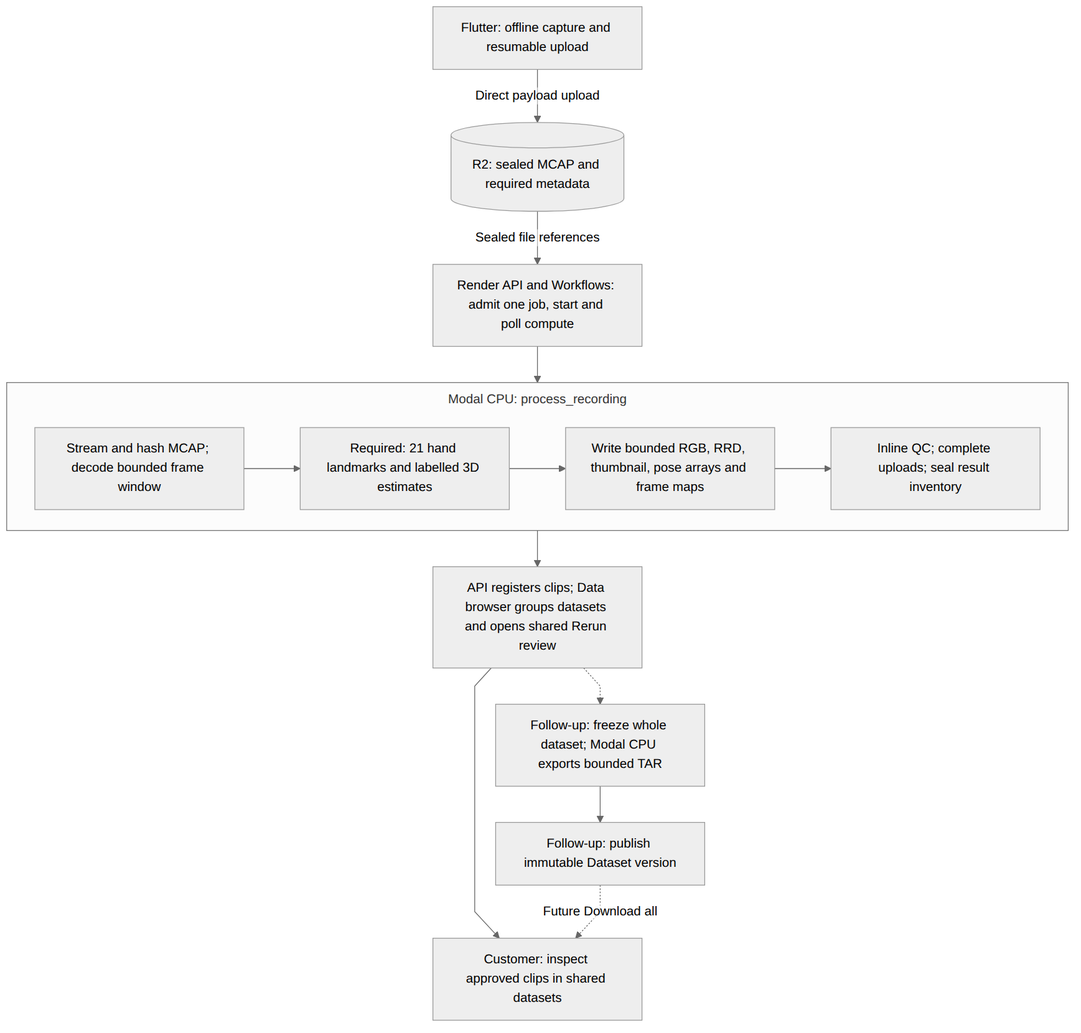
This is docs/figures/processing-stages.png from StateAction-ai/stateaction, a Mermaid export, as it was before one commit. Its source is kept beside it as docs/figures/processing-stages.mmd.
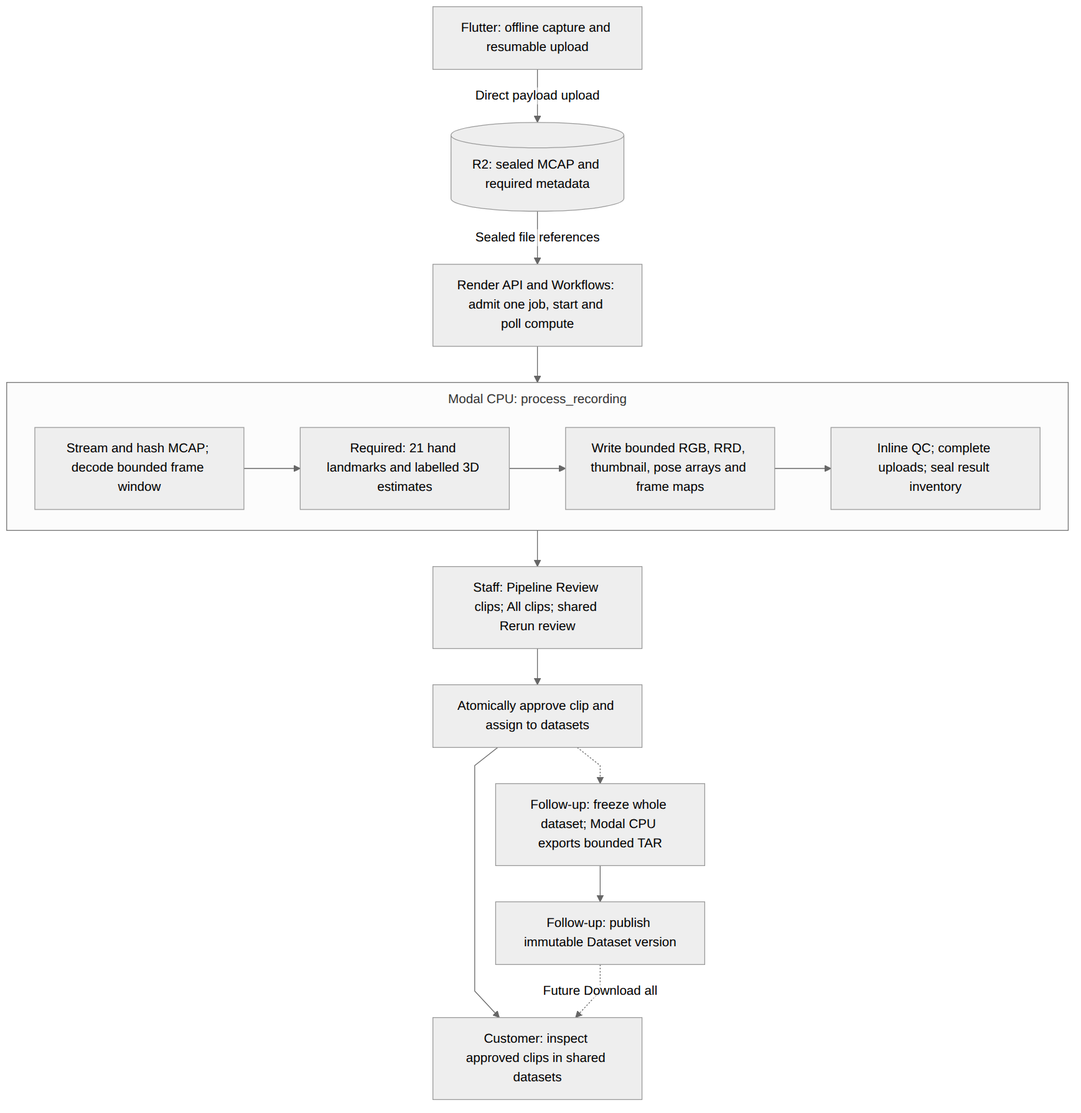
After the change.

Diff of the diagram source:
```diff
@@ -9,13 +9,14 @@
         qc["Inline QC; complete uploads; seal result inventory"]
         extract --> hands --> preview --> qc
     end
-    review["API registers clips; Data browser groups datasets and opens shared Rerun review"]
+    review["Staff: Pipeline Review clips; All clips; shared Rerun review"]
+    datasets["Atomically approve clip and assign to datasets"]
     export["Follow-up: freeze whole dataset; Modal CPU exports bounded TAR"]
     publish["Follow-up: publish immutable Dataset version"]
     customer["Customer: inspect approved clips in shared datasets"]
     capture -->|"Direct payload upload"| source
     source -->|"Sealed file references"| dispatch
     dispatch --> process
-    process --> review --> customer
-    review -.-> export --> publish
+    process --> review --> datasets --> customer
+    datasets -.-> export --> publish
     publish -.->|"Future Download all"| customer
```
